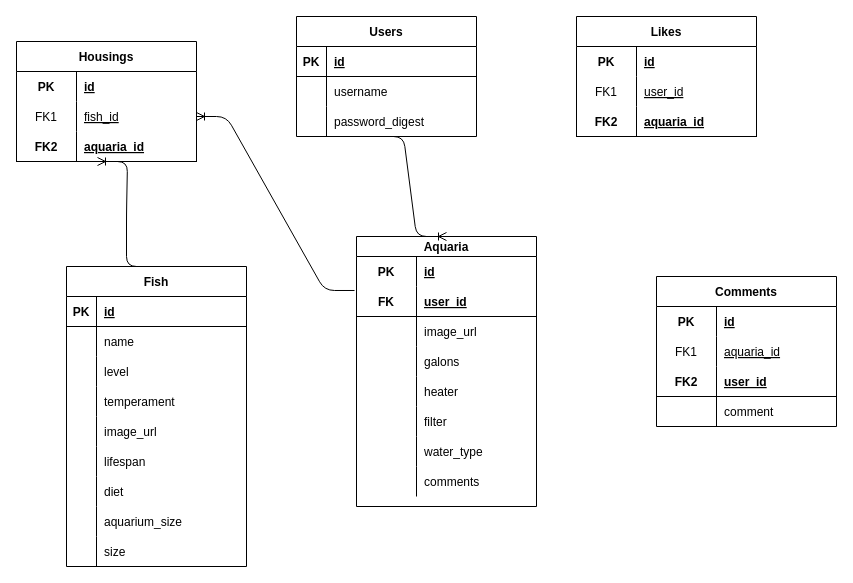
Before: ERD.drawio in LorenaCueva/FishBook, a draw.io diagram. Source tidied: cells renumbered, new cells numbered last; positions are measured from the earlier drawing's top-left corner, leaving out a move shared by most shapes. Both pictures are drawn from the tidied source at 100%, with x=0, y=0 at pixel (16, 16).
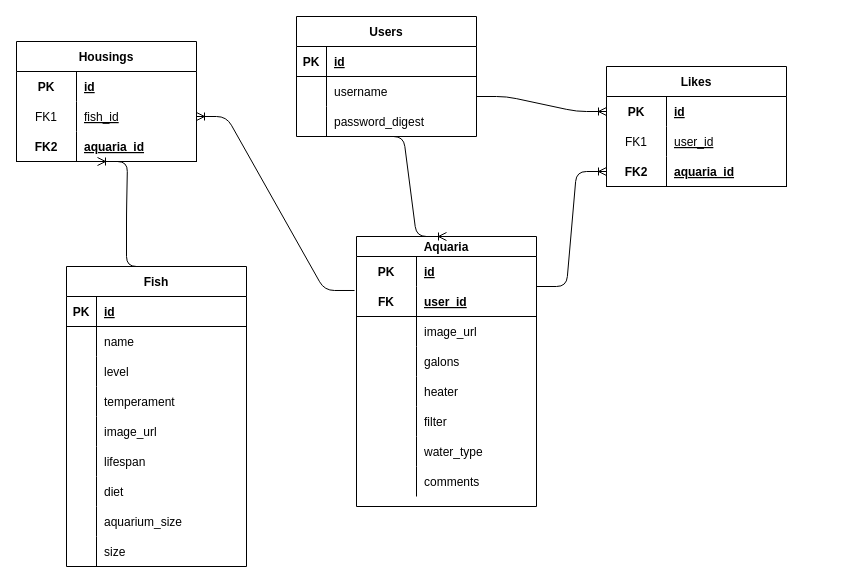
After the change.

The change refers to these unchanged cells:
```xml
<mxCell id="78" style="shape=tableRow;horizontal=0;startSize=0;swimlaneHead=0;swimlaneBody=0;fillColor=none;points=[[0,0.5],[1,0.5]];portConstraint=eastwest;top=0;left=0;right=0;bottom=0;" parent="77" vertex="1">
  <mxGeometry y="30" width="180" height="30" as="geometry" />
</mxCell>
<mxCell id="84" style="shape=tableRow;horizontal=0;startSize=0;swimlaneHead=0;swimlaneBody=0;fillColor=none;points=[[0,0.5],[1,0.5]];portConstraint=eastwest;top=0;left=0;right=0;bottom=1;" parent="77" vertex="1">
  <mxGeometry y="90" width="180" height="30" as="geometry" />
</mxCell>
```

The edit, as a diff of the source:
```diff
@@
     <mxCell id="77" value="Likes" style="shape=table;startSize=30;childLayout=tableLayout;rowLines=0;fontStyle=1;align=center;" parent="1" vertex="1">
-      <mxGeometry x="560" width="180" height="120" as="geometry" />
+      <mxGeometry x="590" y="50" width="180" height="120" as="geometry" />
     </mxCell>
@@
-    <mxCell id="87" value="Comments" style="shape=table;startSize=30;childLayout=tableLayout;rowLines=0;fontStyle=1;align=center;" parent="1" vertex="1">
-      <mxGeometry x="640" y="260" width="180" height="150" as="geometry" />
-    </mxCell>
-    <mxCell id="88" style="shape=tableRow;horizontal=0;startSize=0;swimlaneHead=0;swimlaneBody=0;fillColor=none;top=0;left=0;right=0;bottom=0;" parent="87" vertex="1">
-      <mxGeometry y="30" width="180" height="30" as="geometry" />
-    </mxCell>
-    <mxCell id="89" value="PK" style="shape=partialRectangle;fillColor=none;top=0;left=0;bottom=0;right=0;fontStyle=1;overflow=hidden;" parent="88" vertex="1">
-      <mxGeometry width="60" height="30" as="geometry" />
-    </mxCell>
-    <mxCell id="90" value="id" style="shape=partialRectangle;fillColor=none;top=0;left=0;bottom=0;right=0;align=left;spacingLeft=6;fontStyle=5;overflow=hidden;" parent="88" vertex="1">
-      <mxGeometry x="60" width="120" height="30" as="geometry" />
-    </mxCell>
-    <mxCell id="91" style="shape=tableRow;horizontal=0;startSize=0;swimlaneHead=0;swimlaneBody=0;fillColor=none;top=0;left=0;right=0;bottom=0;" parent="87" vertex="1">
-      <mxGeometry y="60" width="180" height="30" as="geometry" />
-    </mxCell>
-    <mxCell id="92" value="FK1" style="shape=partialRectangle;fillColor=none;top=0;left=0;bottom=0;right=0;overflow=hidden;" parent="91" vertex="1">
-      <mxGeometry width="60" height="30" as="geometry" />
-    </mxCell>
-    <mxCell id="93" value="aquaria_id" style="shape=partialRectangle;fillColor=none;top=0;left=0;bottom=0;right=0;align=left;spacingLeft=6;overflow=hidden;fontStyle=4;" parent="91" vertex="1">
-      <mxGeometry x="60" width="120" height="30" as="geometry" />
-    </mxCell>
-    <mxCell id="94" style="shape=tableRow;horizontal=0;startSize=0;swimlaneHead=0;swimlaneBody=0;fillColor=none;top=0;left=0;right=0;bottom=1;" parent="87" vertex="1">
-      <mxGeometry y="90" width="180" height="30" as="geometry" />
-    </mxCell>
-    <mxCell id="95" value="FK2" style="shape=partialRectangle;fillColor=none;top=0;left=0;bottom=0;right=0;fontStyle=1;overflow=hidden;" parent="94" vertex="1">
-      <mxGeometry width="60" height="30" as="geometry" />
-    </mxCell>
-    <mxCell id="96" value="user_id" style="shape=partialRectangle;fillColor=none;top=0;left=0;bottom=0;right=0;align=left;spacingLeft=6;fontStyle=5;overflow=hidden;" parent="94" vertex="1">
-      <mxGeometry x="60" width="120" height="30" as="geometry" />
-    </mxCell>
-    <mxCell id="97" style="shape=tableRow;horizontal=0;startSize=0;swimlaneHead=0;swimlaneBody=0;fillColor=none;top=0;left=0;right=0;bottom=0;" parent="87" vertex="1">
-      <mxGeometry y="120" width="180" height="30" as="geometry" />
-    </mxCell>
-    <mxCell id="98" style="shape=partialRectangle;fillColor=none;top=0;left=0;bottom=0;right=0;overflow=hidden;" parent="97" vertex="1">
-      <mxGeometry width="60" height="30" as="geometry" />
-    </mxCell>
-    <mxCell id="99" value="comment" style="shape=partialRectangle;fillColor=none;top=0;left=0;bottom=0;right=0;align=left;spacingLeft=6;overflow=hidden;" parent="97" vertex="1">
-      <mxGeometry x="60" width="120" height="30" as="geometry" />
-    </mxCell>
@@
+    <mxCell id="101" style="edgeStyle=entityRelationEdgeStyle;fontSize=12;html=1;endArrow=ERoneToMany;" parent="1" edge="1" target="84">
+      <mxGeometry relative="1" as="geometry">
+        <mxPoint x="520" y="270" as="sourcePoint" />
+      </mxGeometry>
+    </mxCell>
+    <mxCell id="102" style="edgeStyle=entityRelationEdgeStyle;fontSize=12;html=1;endArrow=ERoneToMany;entryX=0;entryY=0.5;entryDx=0;entryDy=0;" parent="1" edge="1" target="78">
+      <mxGeometry relative="1" as="geometry">
+        <mxPoint x="460" y="80" as="sourcePoint" />
+      </mxGeometry>
+    </mxCell>
```
